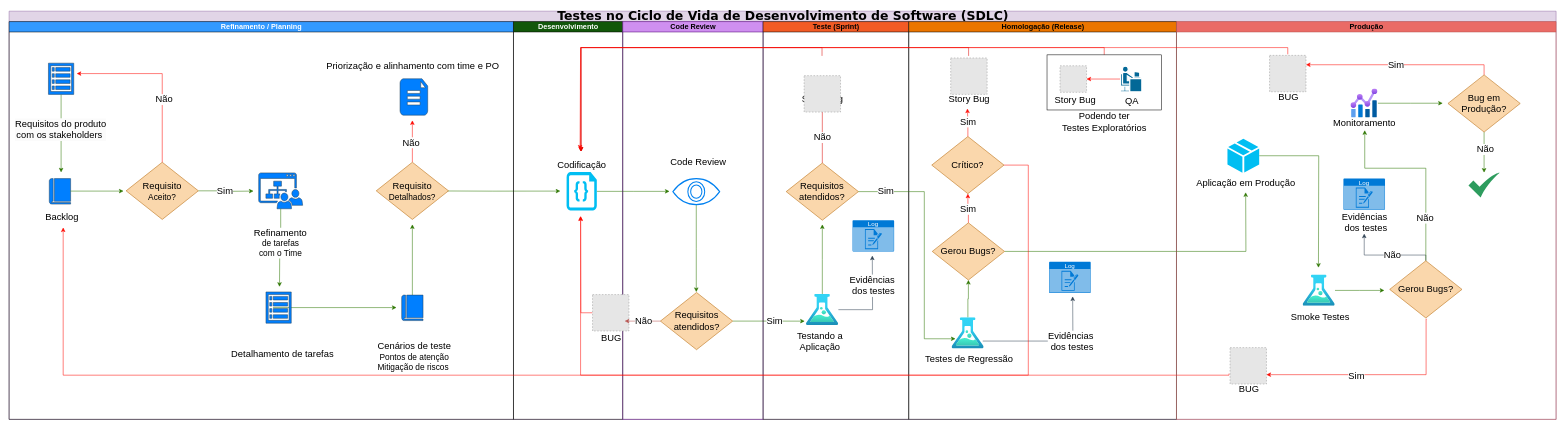
Earlier version of the draw.io diagram Testes no SDLC.drawio (QuintilianoNery/TestesNoSDLC). Source tidied: cells renumbered, new cells numbered last; positions are measured from the earlier drawing's top-left corner, leaving out a move shared by most shapes. Both pictures are drawn from the tidied source at 52%, with x=0, y=0 at pixel (9, 11). Pictures stored in the file or linked from it are replaced by grey dashed boxes.
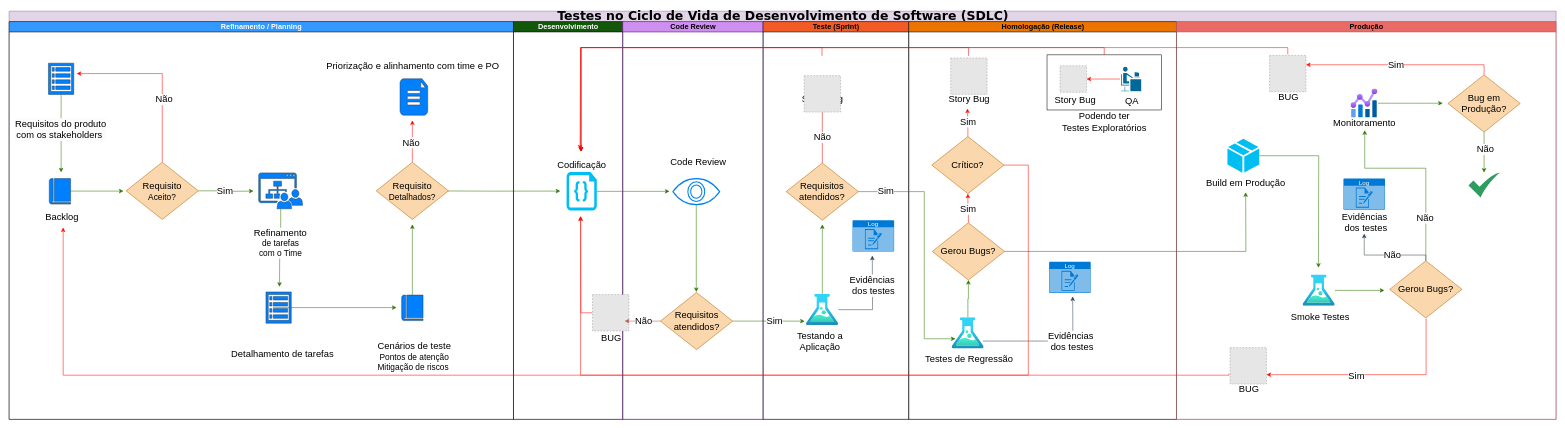
The same diagram, later.

Unchanged cells that the change refers to:
```xml
<mxCell id="80" value="&lt;font style=&quot;font-size: 14px;&quot;&gt;Produção&lt;/font&gt;" style="swimlane;html=1;startSize=20;fillColor=#EA6B66;strokeColor=#b85450;" parent="2" vertex="1">
  <mxGeometry x="2245" y="20" width="730" height="765" as="geometry" />
</mxCell>
```

The edit, as a diff of the source:
```diff
@@
-    <mxCell id="83" value="&lt;font style=&quot;font-size: 18px;&quot;&gt;Aplicação em Produção&lt;/font&gt;" style="text;html=1;align=center;verticalAlign=middle;strokeColor=none;fillColor=none;" parent="80" vertex="1">
-      <mxGeometry x="29" y="293" width="208" height="34" as="geometry" />
+    <mxCell id="83" value="&lt;span style=&quot;font-size: 18px;&quot;&gt;Build em Produção&lt;/span&gt;" style="text;html=1;align=center;verticalAlign=middle;strokeColor=none;fillColor=none;" parent="80" vertex="1">
+      <mxGeometry x="48" y="293" width="170" height="34" as="geometry" />
     </mxCell>
```
